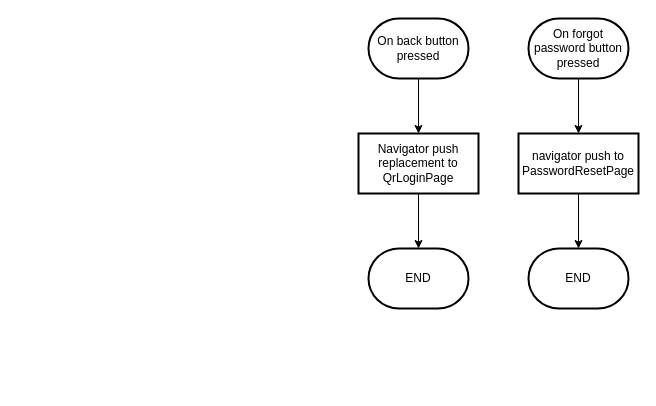
Before: psswd-login-buttons-flowchart.drawio in 19MAsciamprener/compSci-NEA-repo, a draw.io diagram. Source tidied: cells renumbered, new cells numbered last; positions are measured from the earlier drawing's top-left corner, leaving out a move shared by most shapes. Both pictures are drawn from the tidied source at 100%, with x=0, y=0 at pixel (358, 18).
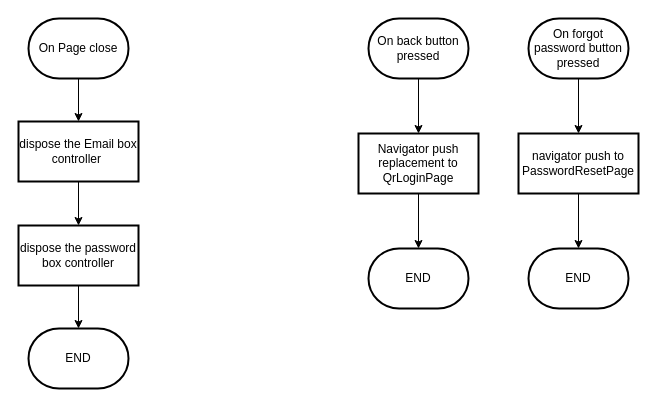
Above is the later version.

Change to the diagram source:
```diff
@@
 <mxGraphModel>
   <root>
     <mxCell id="0" />
     <mxCell id="1" parent="0" />
     <mxCell id="2" style="edgeStyle=orthogonalEdgeStyle;rounded=0;jettySize=auto;html=1;" parent="1" edge="1" source="3" target="4">
       <mxGeometry relative="1" as="geometry" />
     </mxCell>
     <mxCell id="3" value="On back button pressed" style="strokeWidth=2;html=1;shape=mxgraph.flowchart.terminator;whiteSpace=wrap;" parent="1" vertex="1">
       <mxGeometry x="10" width="100" height="60" as="geometry" />
     </mxCell>
     <mxCell id="4" value="Navigator push replacement to QrLoginPage" style="whiteSpace=wrap;html=1;strokeWidth=2;" parent="1" vertex="1">
       <mxGeometry y="115" width="120" height="60" as="geometry" />
     </mxCell>
     <mxCell id="5" value="END" style="strokeWidth=2;html=1;shape=mxgraph.flowchart.terminator;whiteSpace=wrap;" parent="1" vertex="1">
       <mxGeometry x="10" y="230" width="100" height="60" as="geometry" />
     </mxCell>
     <mxCell id="6" style="edgeStyle=orthogonalEdgeStyle;rounded=0;jettySize=auto;html=1;" parent="1" edge="1" source="4" target="5">
       <mxGeometry relative="1" as="geometry" />
     </mxCell>
     <mxCell id="7" style="edgeStyle=orthogonalEdgeStyle;rounded=0;jettySize=auto;html=1;" parent="1" edge="1" source="8" target="9">
       <mxGeometry relative="1" as="geometry" />
     </mxCell>
     <mxCell id="8" value="On forgot password button pressed" style="strokeWidth=2;html=1;shape=mxgraph.flowchart.terminator;whiteSpace=wrap;" parent="1" vertex="1">
       <mxGeometry x="170" width="100" height="60" as="geometry" />
     </mxCell>
     <mxCell id="9" value="navigator push to PasswordResetPage" style="whiteSpace=wrap;html=1;strokeWidth=2;" parent="1" vertex="1">
       <mxGeometry x="160" y="115" width="120" height="60" as="geometry" />
     </mxCell>
     <mxCell id="10" value="END" style="strokeWidth=2;html=1;shape=mxgraph.flowchart.terminator;whiteSpace=wrap;" parent="1" vertex="1">
       <mxGeometry x="170" y="230" width="100" height="60" as="geometry" />
     </mxCell>
     <mxCell id="11" style="edgeStyle=orthogonalEdgeStyle;rounded=0;jettySize=auto;html=1;" parent="1" edge="1" source="9" target="10">
       <mxGeometry relative="1" as="geometry" />
     </mxCell>
+    <mxCell id="12" style="edgeStyle=orthogonalEdgeStyle;rounded=0;jettySize=auto;html=1;" parent="1" edge="1" source="13" target="15">
+      <mxGeometry relative="1" as="geometry" />
+    </mxCell>
+    <mxCell id="13" value="On Page close" style="strokeWidth=2;html=1;shape=mxgraph.flowchart.terminator;whiteSpace=wrap;" parent="1" vertex="1">
+      <mxGeometry x="-330" width="100" height="60" as="geometry" />
+    </mxCell>
+    <mxCell id="14" style="edgeStyle=orthogonalEdgeStyle;rounded=0;jettySize=auto;html=1;" parent="1" edge="1" source="15" target="16">
+      <mxGeometry relative="1" as="geometry" />
+    </mxCell>
+    <mxCell id="15" value="dispose the Email box controller&amp;nbsp;" style="whiteSpace=wrap;html=1;strokeWidth=2;" parent="1" vertex="1">
+      <mxGeometry x="-340" y="103" width="120" height="60" as="geometry" />
+    </mxCell>
+    <mxCell id="16" value="dispose the password box controller" style="whiteSpace=wrap;html=1;strokeWidth=2;" parent="1" vertex="1">
+      <mxGeometry x="-340" y="207" width="120" height="60" as="geometry" />
+    </mxCell>
+    <mxCell id="17" value="END" style="strokeWidth=2;html=1;shape=mxgraph.flowchart.terminator;whiteSpace=wrap;" parent="1" vertex="1">
+      <mxGeometry x="-330" y="310" width="100" height="60" as="geometry" />
+    </mxCell>
+    <mxCell id="18" style="edgeStyle=orthogonalEdgeStyle;rounded=0;jettySize=auto;html=1;" parent="1" edge="1" source="16" target="17">
+      <mxGeometry relative="1" as="geometry" />
+    </mxCell>
   </root>
 </mxGraphModel>
```
